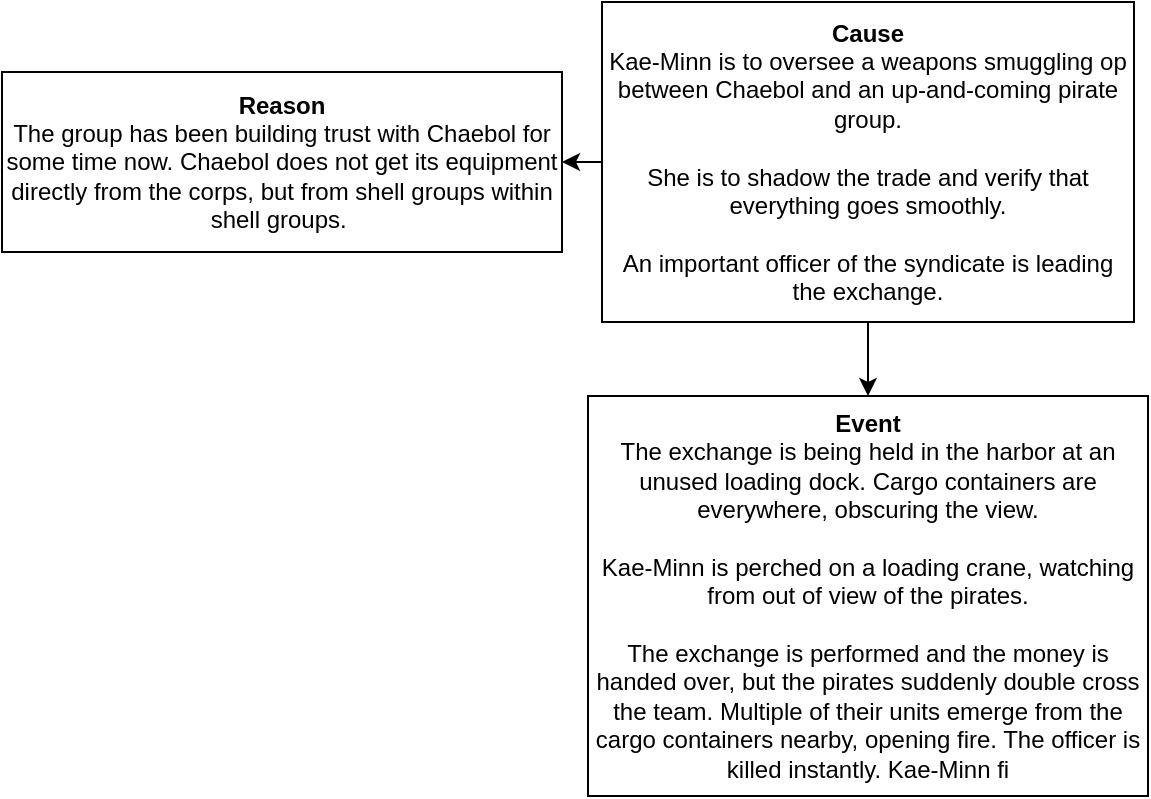
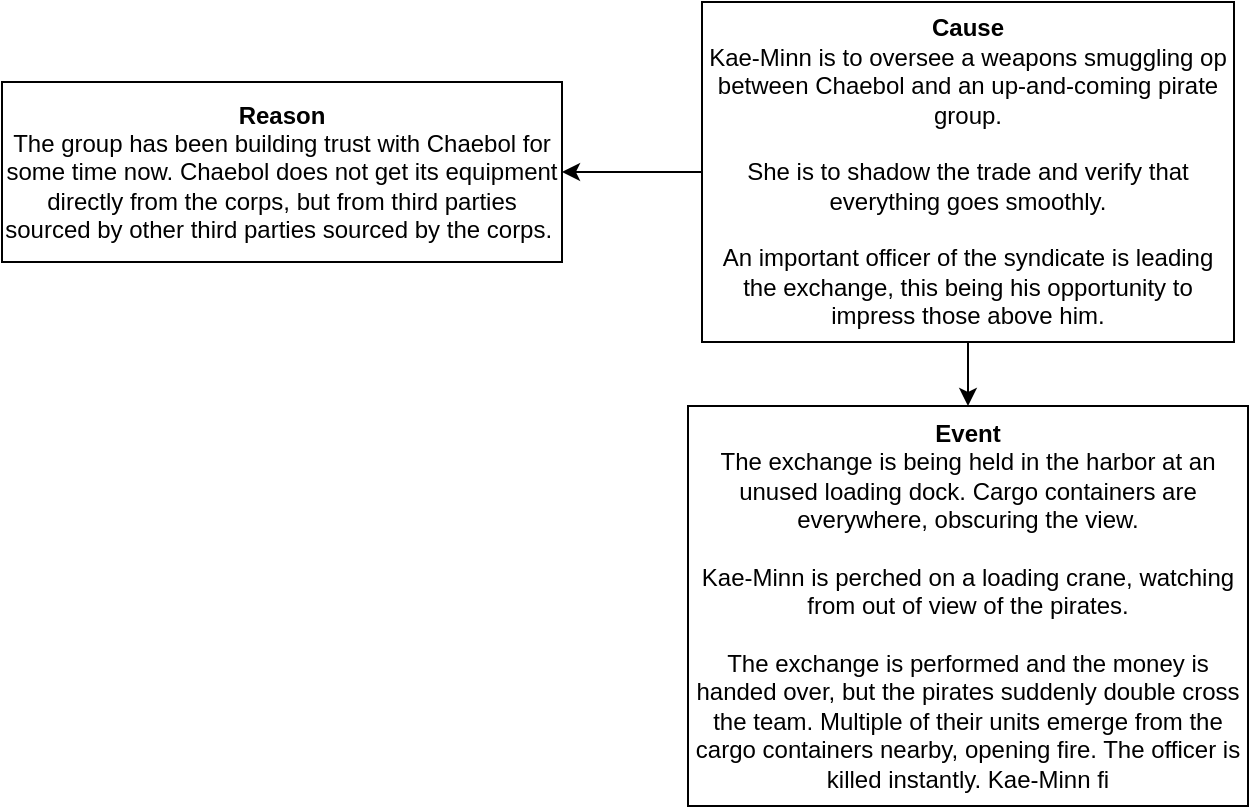
<mxfile host="app.diagrams.net" agent="5.0 (Macintosh; Intel Mac OS X 10_15_7) AppleWebKit/537.36 (KHTML, like Gecko) Chrome/109.0.0.0 Safari/537.36">
  <diagram name="Page-1" id="2YBvvXClWsGukQMizWep">
-     <mxGraphModel dx="1084" dy="562" grid="1" gridSize="10" guides="1" tooltips="1" connect="1" arrows="1" fold="1" page="1" pageScale="1" pageWidth="2000" pageHeight="8000" math="0" shadow="0">
+     <mxGraphModel dx="736" dy="381" grid="1" gridSize="10" guides="1" tooltips="1" connect="1" arrows="1" fold="1" page="1" pageScale="1" pageWidth="2000" pageHeight="8000" math="0" shadow="0">
      <root>
        <mxCell id="0" />
        <mxCell id="1" parent="0" />
-         <mxCell id="WD_lBp7OyrhRz48vkECi-2" parent="1" style="text;html=1;whiteSpace=wrap;strokeColor=default;fillColor=default;align=center;verticalAlign=middle;rounded=0;imageAspect=1;autosize=1;fixedWidth=1;resizeHeight=1;labelPosition=center;verticalLabelPosition=middle;" value="&lt;div align=&quot;center&quot;&gt;&lt;font&gt;&lt;b style=&quot;background-color: light-dark(#ffffff, var(--ge-dark-color, #121212));&quot;&gt;Cause&lt;/b&gt;&lt;/font&gt;&lt;/div&gt;&lt;div align=&quot;center&quot;&gt;&lt;font&gt;&lt;span style=&quot;background-color: light-dark(#ffffff, var(--ge-dark-color, #121212));&quot;&gt;Kae-Minn is to oversee a weapons smuggling op between Chaebol and an up-and-coming pirate group.&lt;/span&gt;&lt;br&gt;&lt;br&gt;She is to shadow the trade and verify that everything goes smoothly.&lt;/font&gt;&lt;/div&gt;&lt;div align=&quot;center&quot;&gt;&lt;font&gt;&lt;br&gt;&lt;/font&gt;&lt;/div&gt;&lt;div align=&quot;center&quot;&gt;&lt;font&gt;An important officer of the syndicate is leading the exchange.&lt;/font&gt;&lt;/div&gt;" vertex="1">
-           <mxGeometry height="160" width="266" x="890" y="90" as="geometry" />
+         <mxCell id="WD_lBp7OyrhRz48vkECi-2" parent="1" style="text;html=1;whiteSpace=wrap;strokeColor=default;fillColor=default;align=center;verticalAlign=middle;rounded=0;imageAspect=1;autosize=1;fixedWidth=1;resizeHeight=1;labelPosition=center;verticalLabelPosition=middle;" value="&lt;div align=&quot;center&quot;&gt;&lt;font&gt;&lt;b style=&quot;background-color: light-dark(#ffffff, var(--ge-dark-color, #121212));&quot;&gt;Cause&lt;/b&gt;&lt;/font&gt;&lt;/div&gt;&lt;div align=&quot;center&quot;&gt;&lt;font&gt;&lt;span style=&quot;background-color: light-dark(#ffffff, var(--ge-dark-color, #121212));&quot;&gt;Kae-Minn is to oversee a weapons smuggling op between Chaebol and an up-and-coming pirate group.&lt;/span&gt;&lt;br&gt;&lt;br&gt;She is to shadow the trade and verify that everything goes smoothly.&lt;/font&gt;&lt;/div&gt;&lt;div align=&quot;center&quot;&gt;&lt;font&gt;&lt;br&gt;&lt;/font&gt;&lt;/div&gt;&lt;div align=&quot;center&quot;&gt;&lt;font&gt;An important officer of the syndicate is leading the exchange, this being his opportunity to impress those above him.&lt;/font&gt;&lt;/div&gt;" vertex="1">
+           <mxGeometry height="170" width="266" x="890" y="85" as="geometry" />
        </mxCell>
-         <mxCell id="WD_lBp7OyrhRz48vkECi-3" parent="1" style="text;html=1;whiteSpace=wrap;strokeColor=default;fillColor=default;align=center;verticalAlign=middle;rounded=0;" value="&lt;div align=&quot;center&quot;&gt;&lt;font&gt;&lt;b&gt;Reason&lt;/b&gt;&lt;/font&gt;&lt;/div&gt;&lt;div align=&quot;center&quot;&gt;&lt;font&gt;The group has been building trust with Chaebol for some time now. Chaebol does not get its equipment directly from the corps, but from shell groups within shell groups.&amp;nbsp;&lt;/font&gt;&lt;/div&gt;" vertex="1">
-           <mxGeometry height="90" width="280" x="590" y="125" as="geometry" />
+         <mxCell id="WD_lBp7OyrhRz48vkECi-3" parent="1" style="text;html=1;whiteSpace=wrap;strokeColor=default;fillColor=default;align=center;verticalAlign=middle;rounded=0;" value="&lt;div align=&quot;center&quot;&gt;&lt;font&gt;&lt;b&gt;Reason&lt;/b&gt;&lt;/font&gt;&lt;/div&gt;&lt;div align=&quot;center&quot;&gt;&lt;font&gt;The group has been building trust with Chaebol for some time now. Chaebol does not get its equipment directly from the corps, but from third parties sourced by other third parties sourced by the corps.&amp;nbsp;&lt;/font&gt;&lt;/div&gt;" vertex="1">
+           <mxGeometry height="90" width="280" x="540" y="125" as="geometry" />
        </mxCell>
        <mxCell id="WD_lBp7OyrhRz48vkECi-10" parent="1" style="text;html=1;whiteSpace=wrap;strokeColor=default;fillColor=default;align=center;verticalAlign=middle;rounded=0;imageAspect=1;autosize=1;fixedWidth=1;resizeHeight=1;" value="&lt;div&gt;&lt;font&gt;&lt;b&gt;Event&lt;/b&gt;&lt;/font&gt;&lt;/div&gt;&lt;div&gt;&lt;font&gt;The exchange is being held in the harbor at an unused loading dock. Cargo containers are everywhere, obscuring the view.&lt;/font&gt;&lt;/div&gt;&lt;div&gt;&lt;font&gt;&lt;br&gt;&lt;/font&gt;&lt;/div&gt;&lt;div&gt;&lt;font&gt;Kae-Minn is perched on a loading crane, watching from out of view of the pirates.&lt;/font&gt;&lt;/div&gt;&lt;div&gt;&lt;font&gt;&lt;br&gt;&lt;/font&gt;&lt;/div&gt;&lt;div&gt;&lt;font&gt;The exchange is performed and the money is handed over, but the pirates suddenly double cross the team.&amp;nbsp;Multiple of their units emerge from the cargo containers nearby, opening fire. The officer is killed instantly. Kae-Minn fi&lt;/font&gt;&lt;/div&gt;" vertex="1">
          <mxGeometry height="200" width="280" x="883" y="287" as="geometry" />
        </mxCell>
        <mxCell id="WD_lBp7OyrhRz48vkECi-12" edge="1" parent="1" source="WD_lBp7OyrhRz48vkECi-2" style="endArrow=classic;html=1;rounded=0;exitX=0.5;exitY=1;exitDx=0;exitDy=0;entryX=0.5;entryY=0;entryDx=0;entryDy=0;" target="WD_lBp7OyrhRz48vkECi-10" value="">
          <mxGeometry height="50" relative="1" width="50" as="geometry">
            <mxPoint x="1050" y="417" as="sourcePoint" />
            <mxPoint x="1100" y="367" as="targetPoint" />
          </mxGeometry>
        </mxCell>
        <mxCell id="2lVWURBgC8E-njB588qe-1" edge="1" parent="1" source="WD_lBp7OyrhRz48vkECi-2" style="endArrow=classic;html=1;rounded=0;exitX=0;exitY=0.5;exitDx=0;exitDy=0;entryX=1;entryY=0.5;entryDx=0;entryDy=0;" target="WD_lBp7OyrhRz48vkECi-3" value="">
          <mxGeometry height="50" relative="1" width="50" as="geometry">
            <mxPoint x="980" y="257" as="sourcePoint" />
            <mxPoint x="1030" y="207" as="targetPoint" />
          </mxGeometry>
        </mxCell>
      </root>
    </mxGraphModel>
  </diagram>
</mxfile>
